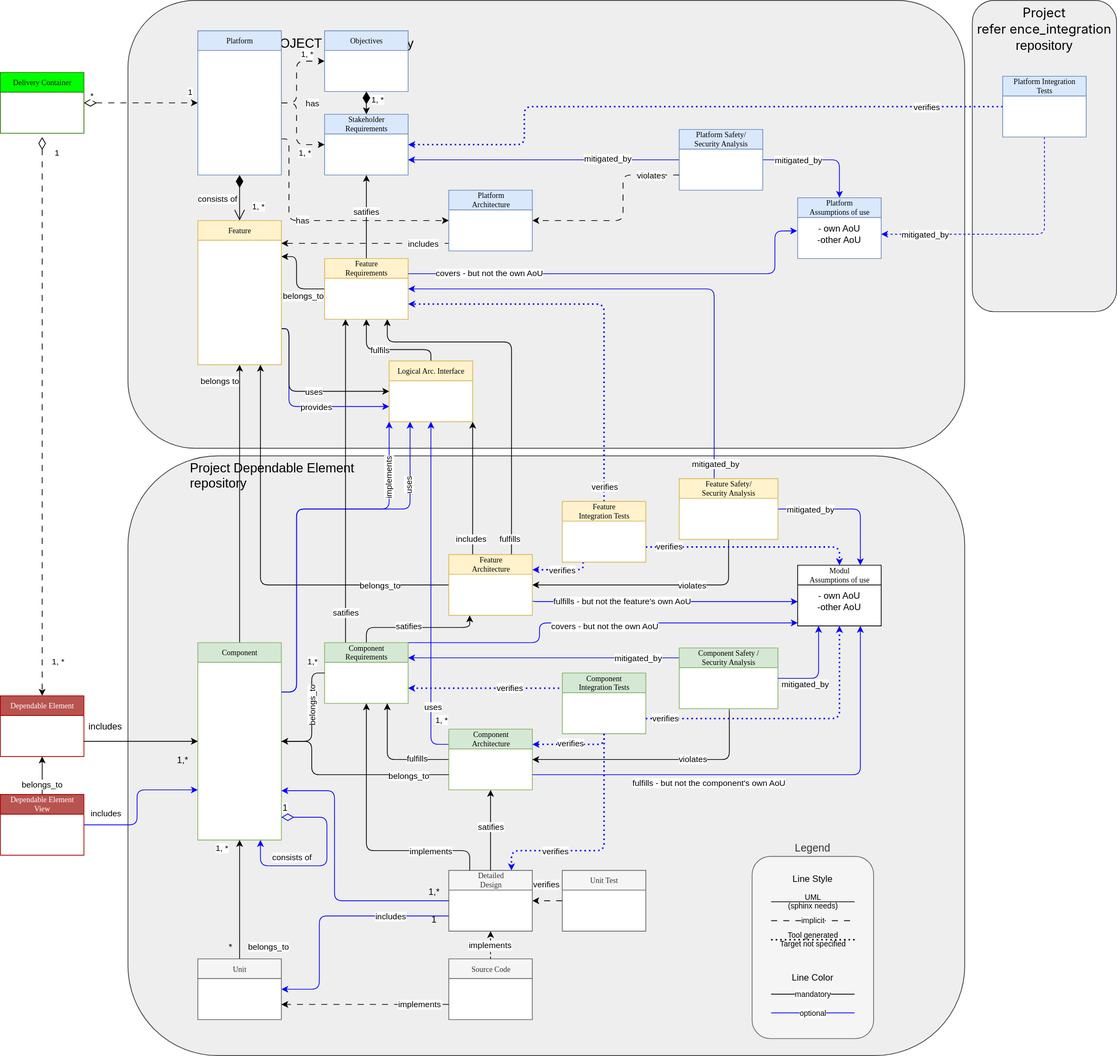
This is pr-654/_images/score_building_blocks_meta_model_deployment_example.drawio.svg from eclipse-score/process_description, a draw.io export, as it was before one commit. Source tidied: cells renumbered, new cells last; positions are measured from the earlier drawing's top-left corner, leaving out a move shared by most shapes.
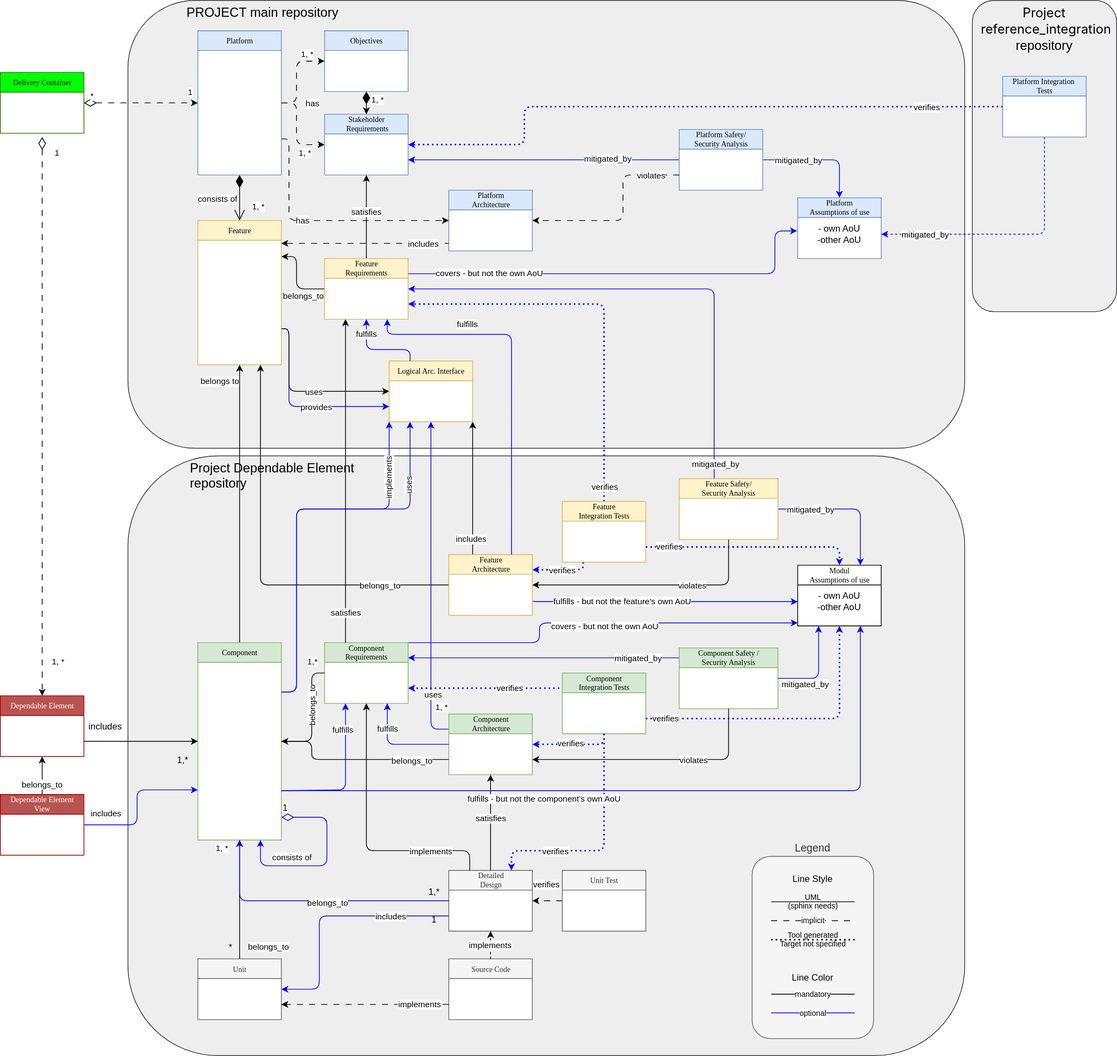
After the change.

Diff of the diagram source:
```diff
@@ -76,19 +76,6 @@
     <mxCell id="17" value="Delivery Container" style="swimlane;html=1;fontStyle=0;horizontal=1;startSize=26;fillColor=#00FF00;swimlaneFillColor=#ffffff;rounded=0;shadow=0;comic=0;labelBackgroundColor=none;strokeWidth=1;fontFamily=Verdana;fontSize=10;align=center;fontColor=#0F0F0F;strokeColor=#2D7600;" parent="1" vertex="1">
       <mxGeometry y="95" width="110" height="80" as="geometry" />
     </mxCell>
-    <mxCell id="18" style="edgeStyle=orthogonalEdgeStyle;rounded=1;jettySize=auto;html=1;exitX=0.75;exitY=0;exitDx=0;exitDy=0;entryX=0.75;entryY=1;entryDx=0;entryDy=0;endArrow=classic;endFill=1;curved=0;" parent="1" edge="1" source="150" target="155">
-      <mxGeometry x="0.64" y="10" relative="1" as="geometry">
-        <Array as="points">
-          <mxPoint x="673" y="450" />
-          <mxPoint x="510" y="450" />
-        </Array>
-      </mxGeometry>
-    </mxCell>
-    <mxCell id="19" value="fulfills" style="edgeLabel;html=1;align=center;verticalAlign=middle;" parent="18" vertex="1">
-      <mxGeometry x="0.11" y="1" relative="1" as="geometry">
-        <mxPoint x="-2" y="244" as="offset" />
-      </mxGeometry>
-    </mxCell>
     <mxCell id="20" value="includes" style="edgeStyle=orthogonalEdgeStyle;html=1;exitX=0.25;exitY=0;exitDx=0;exitDy=0;entryX=1;entryY=1;entryDx=0;entryDy=0;" parent="1" edge="1" target="121">
       <mxGeometry x="-0.77" y="2" relative="1" as="geometry">
         <mxPoint x="622" y="730" as="sourcePoint" />
@@ -108,19 +95,6 @@
     <mxCell id="22" value="belongs_to" style="edgeLabel;html=1;align=center;verticalAlign=middle;" parent="21" vertex="1">
       <mxGeometry x="-0.66" relative="1" as="geometry" />
     </mxCell>
-    <mxCell id="23" style="edgeStyle=orthogonalEdgeStyle;rounded=1;jettySize=auto;html=1;entryX=0.25;entryY=1;entryDx=0;entryDy=0;endArrow=classic;endFill=1;exitX=0.5;exitY=0;exitDx=0;exitDy=0;curved=0;" parent="1" edge="1" source="27" target="150">
-      <mxGeometry relative="1" as="geometry">
-        <Array as="points">
-          <mxPoint x="515" y="826" />
-          <mxPoint x="665" y="826" />
-        </Array>
-      </mxGeometry>
-    </mxCell>
-    <mxCell id="24" value="satifies" style="edgeLabel;html=1;align=center;verticalAlign=middle;" parent="23" vertex="1">
-      <mxGeometry x="0.06" y="6" relative="1" as="geometry">
-        <mxPoint x="-16" y="4" as="offset" />
-      </mxGeometry>
-    </mxCell>
     <mxCell id="25" style="edgeStyle=orthogonalEdgeStyle;rounded=1;jettySize=auto;html=1;exitX=1;exitY=0;exitDx=0;exitDy=0;strokeColor=#0000FF;curved=0;" parent="1" edge="1" source="27">
       <mxGeometry relative="1" as="geometry">
         <mxPoint x="1050" y="820" as="targetPoint" />
@@ -194,7 +168,7 @@
         <mxPoint x="55" y="80" as="targetPoint" />
       </mxGeometry>
     </mxCell>
-    <mxCell id="40" value="satifies" style="edgeLabel;html=1;align=center;verticalAlign=middle;" parent="39" vertex="1">
+    <mxCell id="40" value="satisfies" style="edgeLabel;html=1;align=center;verticalAlign=middle;" parent="39" vertex="1">
       <mxGeometry x="0.11" y="1" relative="1" as="geometry" />
     </mxCell>
     <mxCell id="41" style="endArrow=classic;dashed=1;endFill=1;endSize=6;html=1;rounded=0;fontSize=8;fontColor=#FF0000;exitX=0;exitY=0.75;exitDx=0;exitDy=0;entryX=1;entryY=0.75;entryDx=0;entryDy=0;dashPattern=8 8;" parent="1" edge="1" source="37" target="34">
@@ -272,16 +246,6 @@
         </Array>
       </mxGeometry>
     </mxCell>
-    <mxCell id="56" style="edgeStyle=orthogonalEdgeStyle;rounded=1;jettySize=auto;html=1;entryX=0.75;entryY=1;entryDx=0;entryDy=0;endArrow=classic;endFill=1;exitX=0;exitY=0.5;exitDx=0;exitDy=0;curved=0;strokeColor=#000000;" parent="1" edge="1" source="60" target="27">
-      <mxGeometry relative="1" as="geometry">
-        <Array as="points">
-          <mxPoint x="510" y="1000" />
-        </Array>
-      </mxGeometry>
-    </mxCell>
-    <mxCell id="57" value="fulfills" style="edgeLabel;html=1;align=center;verticalAlign=middle;" parent="56" vertex="1">
-      <mxGeometry x="-0.45" y="-2" relative="1" as="geometry" />
-    </mxCell>
     <mxCell id="58" value="uses" style="edgeStyle=orthogonalEdgeStyle;html=1;exitX=0;exitY=0.25;exitDx=0;exitDy=0;entryX=0.5;entryY=1;entryDx=0;entryDy=0;strokeColor=#0000FF;verticalAlign=top;spacing=0;" parent="1" edge="1" source="60" target="121">
       <mxGeometry x="-0.63" y="-3" relative="1" as="geometry" />
     </mxCell>
@@ -291,13 +255,14 @@
       </mxGeometry>
     </mxCell>
     <mxCell id="60" value="Component&lt;br&gt;Architecture" style="swimlane;html=1;fontStyle=0;horizontal=1;startSize=26;fillColor=#d5e8d4;swimlaneFillColor=#ffffff;rounded=0;shadow=0;comic=0;labelBackgroundColor=none;strokeWidth=1;fontFamily=Verdana;fontSize=10;align=center;strokeColor=#82b366;" parent="1" vertex="1">
-      <mxGeometry x="590.5" y="960" width="110" height="80" as="geometry" />
+      <mxGeometry x="590.5" y="940" width="110" height="80" as="geometry" />
     </mxCell>
     <mxCell id="61" value="&lt;div&gt;&lt;br&gt;&lt;/div&gt;" style="edgeStyle=orthogonalEdgeStyle;rounded=1;jettySize=auto;html=1;entryX=0;entryY=0.75;entryDx=0;entryDy=0;curved=0;exitX=1;exitY=0.5;exitDx=0;exitDy=0;startArrow=classic;startFill=1;endArrow=none;endFill=0;" parent="1" edge="1" source="16" target="60">
       <mxGeometry x="-0.89" y="10" relative="1" as="geometry">
         <Array as="points">
           <mxPoint x="410" y="976" />
-          <mxPoint x="410" y="1020" />
+          <mxPoint x="410" y="1000" />
+          <mxPoint x="591" y="1000" />
         </Array>
       </mxGeometry>
     </mxCell>
@@ -307,18 +272,20 @@
     <mxCell id="63" value="Detailed&lt;br&gt;Design" style="swimlane;html=1;fontStyle=0;horizontal=1;startSize=26;fillColor=#f5f5f5;swimlaneFillColor=#ffffff;rounded=0;shadow=0;comic=0;labelBackgroundColor=none;strokeWidth=1;fontFamily=Verdana;fontSize=10;align=center;fontColor=#333333;strokeColor=#666666;" parent="1" vertex="1">
       <mxGeometry x="590.5" y="1146" width="110" height="80" as="geometry" />
     </mxCell>
-    <mxCell id="64" style="edgeStyle=orthogonalEdgeStyle;rounded=1;jettySize=auto;html=1;entryX=0;entryY=0.5;entryDx=0;entryDy=0;verticalAlign=bottom;curved=0;exitX=1;exitY=0.75;exitDx=0;exitDy=0;endArrow=none;endFill=0;startArrow=classic;startFill=1;strokeColor=#0000FF;" parent="1" edge="1" source="16" target="63">
+    <mxCell id="64" style="edgeStyle=orthogonalEdgeStyle;rounded=1;jettySize=auto;html=1;entryX=0;entryY=0.5;entryDx=0;entryDy=0;verticalAlign=bottom;curved=0;exitX=0.5;exitY=1;exitDx=0;exitDy=0;endArrow=none;endFill=0;startArrow=classic;startFill=1;strokeColor=#0000FF;" parent="1" edge="1" source="16" target="63">
       <mxGeometry x="-0.88" relative="1" as="geometry">
         <Array as="points">
-          <mxPoint x="440" y="1041" />
-          <mxPoint x="440" y="1186" />
+          <mxPoint x="315" y="1186" />
         </Array>
       </mxGeometry>
     </mxCell>
+    <mxCell id="159" value="belongs_to" style="edgeLabel;html=1;align=center;verticalAlign=middle;" parent="64" vertex="1">
+      <mxGeometry x="0.1" y="-2" relative="1" as="geometry" />
+    </mxCell>
     <mxCell id="65" style="edgeStyle=orthogonalEdgeStyle;rounded=1;jettySize=auto;html=1;entryX=0.5;entryY=1;entryDx=0;entryDy=0;endArrow=classic;endFill=1;exitX=0.5;exitY=0;exitDx=0;exitDy=0;curved=0;" parent="1" edge="1" source="63" target="60">
       <mxGeometry relative="1" as="geometry" />
     </mxCell>
-    <mxCell id="66" value="satifies" style="edgeLabel;html=1;align=center;verticalAlign=middle;" parent="65" vertex="1">
+    <mxCell id="66" value="satisfies" style="edgeLabel;html=1;align=center;verticalAlign=middle;" parent="65" vertex="1">
       <mxGeometry x="0.06" y="6" relative="1" as="geometry">
         <mxPoint x="6" y="-2" as="offset" />
       </mxGeometry>
@@ -493,17 +460,6 @@
     <mxCell id="99" value="Component&lt;br&gt;Integration Tests" style="swimlane;html=1;fontStyle=0;horizontal=1;startSize=26;fillColor=#d5e8d4;swimlaneFillColor=#ffffff;rounded=0;shadow=0;comic=0;labelBackgroundColor=none;strokeWidth=1;fontFamily=Verdana;fontSize=10;align=center;strokeColor=#82b366;" parent="1" vertex="1">
       <mxGeometry x="740" y="886" width="110" height="80" as="geometry" />
     </mxCell>
-    <mxCell id="100" style="edgeStyle=orthogonalEdgeStyle;rounded=1;jettySize=auto;html=1;entryX=1;entryY=0.5;entryDx=0;entryDy=0;curved=0;exitX=0.5;exitY=1;exitDx=0;exitDy=0;" parent="1" edge="1" source="104" target="60">
-      <mxGeometry relative="1" as="geometry">
-        <Array as="points">
-          <mxPoint x="960" y="933" />
-          <mxPoint x="960" y="1000" />
-        </Array>
-      </mxGeometry>
-    </mxCell>
-    <mxCell id="101" value="violates" style="edgeLabel;html=1;align=center;verticalAlign=middle;" parent="100" vertex="1">
-      <mxGeometry x="-0.29" y="-1" relative="1" as="geometry" />
-    </mxCell>
     <mxCell id="102" style="edgeStyle=orthogonalEdgeStyle;rounded=1;jettySize=auto;html=1;startArrow=none;startFill=0;endArrow=classic;endFill=1;curved=0;strokeColor=#0000FF;entryX=1;entryY=0.25;entryDx=0;entryDy=0;exitX=-0.015;exitY=0.163;exitDx=0;exitDy=0;exitPerimeter=0;" parent="1" edge="1" source="104" target="27">
       <mxGeometry relative="1" as="geometry">
         <Array as="points">
@@ -541,10 +497,11 @@
     <mxCell id="110" value="1,*" style="text;html=1;align=center;verticalAlign=middle;strokeColor=none;fillColor=none;" parent="1" vertex="1">
       <mxGeometry x="550.6" y="1160" width="40" height="30" as="geometry" />
     </mxCell>
-    <mxCell id="111" style="edgeStyle=orthogonalEdgeStyle;rounded=1;jettySize=auto;html=1;entryX=1;entryY=0.25;entryDx=0;entryDy=0;dashed=1;curved=0;strokeColor=#0000FF;dashPattern=1 2;strokeWidth=2;endSize=3;exitX=0.5;exitY=1;exitDx=0;exitDy=0;" parent="1" edge="1" source="99" target="60">
+    <mxCell id="111" style="edgeStyle=orthogonalEdgeStyle;rounded=1;jettySize=auto;html=1;entryX=1;entryY=0.5;entryDx=0;entryDy=0;dashed=1;curved=0;strokeColor=#0000FF;dashPattern=1 2;strokeWidth=2;endSize=3;exitX=0.5;exitY=1;exitDx=0;exitDy=0;" parent="1" edge="1" source="99" target="60">
       <mxGeometry relative="1" as="geometry">
         <Array as="points">
           <mxPoint x="795" y="980" />
+          <mxPoint x="701" y="980" />
         </Array>
       </mxGeometry>
     </mxCell>
@@ -579,14 +536,6 @@
     <mxCell id="119" value="&lt;span style=&quot;&quot;&gt;violates&lt;/span&gt;" style="edgeLabel;html=1;align=center;verticalAlign=middle;labelBackgroundColor=default;rounded=1;dashed=1;dashPattern=8 8;strokeColor=default;fontFamily=Helvetica;fontSize=11;fontColor=default;" parent="118" vertex="1">
       <mxGeometry x="-0.7" relative="1" as="geometry" />
     </mxCell>
-    <mxCell id="120" value="fulfils" style="edgeStyle=orthogonalEdgeStyle;html=1;entryX=0.5;entryY=1;entryDx=0;entryDy=0;exitX=0.5;exitY=0;exitDx=0;exitDy=0;strokeColor=#000000;verticalAlign=bottom;" parent="1" edge="1" source="121" target="155">
-      <mxGeometry x="0.17" y="10" relative="1" as="geometry">
-        <Array as="points">
-          <mxPoint x="567" y="460" />
-          <mxPoint x="482" y="460" />
-        </Array>
-      </mxGeometry>
-    </mxCell>
     <mxCell id="121" value="Logical Arc. Interface" style="swimlane;html=1;fontStyle=0;horizontal=1;startSize=26;fillColor=#fff2cc;swimlaneFillColor=#ffffff;rounded=0;shadow=0;comic=0;labelBackgroundColor=none;strokeWidth=1;fontFamily=Verdana;fontSize=10;align=center;strokeColor=#d6b656;" parent="1" vertex="1">
       <mxGeometry x="512" y="475" width="110" height="80" as="geometry" />
     </mxCell>
@@ -691,10 +640,10 @@
     <mxCell id="140" value="fulfills - but not the feature's own AoU" style="edgeLabel;html=1;align=center;verticalAlign=middle;" parent="139" vertex="1">
       <mxGeometry x="0.32" y="-1" relative="1" as="geometry" />
     </mxCell>
-    <mxCell id="141" style="edgeStyle=orthogonalEdgeStyle;rounded=1;jettySize=auto;html=1;exitX=0.75;exitY=1;exitDx=0;exitDy=0;strokeColor=#0000ff;startArrow=classic;startFill=1;endArrow=none;endFill=0;entryX=1;entryY=0.75;entryDx=0;entryDy=0;" parent="1" edge="1" source="151" target="60">
+    <mxCell id="141" style="edgeStyle=orthogonalEdgeStyle;rounded=1;jettySize=auto;html=1;exitX=0.75;exitY=1;exitDx=0;exitDy=0;strokeColor=#0000ff;startArrow=classic;startFill=1;endArrow=none;endFill=0;entryX=1;entryY=0.75;entryDx=0;entryDy=0;" parent="1" edge="1" source="151" target="16">
       <mxGeometry relative="1" as="geometry">
         <Array as="points">
-          <mxPoint x="1133" y="1020" />
+          <mxPoint x="1133" y="1041" />
         </Array>
       </mxGeometry>
     </mxCell>
@@ -753,7 +702,7 @@
     <mxCell id="153" style="edgeStyle=orthogonalEdgeStyle;rounded=0;jettySize=auto;html=1;endArrow=classic;endFill=1;exitX=0.25;exitY=0;exitDx=0;exitDy=0;entryX=0.25;entryY=1;entryDx=0;entryDy=0;" parent="1" edge="1" source="27" target="155">
       <mxGeometry relative="1" as="geometry" />
     </mxCell>
-    <mxCell id="154" value="&lt;span style=&quot;caret-color: rgb(0, 0, 0);&quot;&gt;satifies&lt;/span&gt;" style="edgeLabel;html=1;align=center;verticalAlign=middle;" parent="153" vertex="1">
+    <mxCell id="154" value="&lt;span style=&quot;caret-color: rgb(0, 0, 0);&quot;&gt;satisfies&lt;/span&gt;" style="edgeLabel;html=1;align=center;verticalAlign=middle;" parent="153" vertex="1">
       <mxGeometry x="-0.81" y="1" relative="1" as="geometry">
         <mxPoint x="1" as="offset" />
       </mxGeometry>
@@ -775,5 +724,69 @@
     <mxCell id="158" value="&lt;span style=&quot;caret-color: rgb(0, 0, 0);&quot;&gt;covers - but not the own AoU&lt;/span&gt;" style="edgeLabel;html=1;align=center;verticalAlign=middle;" parent="157" vertex="1">
       <mxGeometry x="-0.63" y="1" relative="1" as="geometry" />
     </mxCell>
+    <mxCell id="160" style="edgeStyle=orthogonalEdgeStyle;rounded=1;jettySize=auto;html=1;entryX=1;entryY=0.5;entryDx=0;entryDy=0;strokeColor=#000000;curved=0;exitX=0.5;exitY=1;exitDx=0;exitDy=0;" parent="1" edge="1" source="104">
+      <mxGeometry relative="1" as="geometry">
+        <mxPoint x="700.5" y="1000" as="targetPoint" />
+        <Array as="points">
+          <mxPoint x="959" y="1000" />
+        </Array>
+      </mxGeometry>
+    </mxCell>
+    <mxCell id="101" value="violates" style="edgeLabel;html=1;align=center;verticalAlign=middle;" parent="160" vertex="1">
+      <mxGeometry x="0.32" y="-3" relative="1" as="geometry">
+        <mxPoint x="101" y="3" as="offset" />
+      </mxGeometry>
+    </mxCell>
+    <mxCell id="161" style="edgeStyle=orthogonalEdgeStyle;rounded=1;jettySize=auto;html=1;exitX=0.25;exitY=1;exitDx=0;exitDy=0;strokeColor=#0000ff;startArrow=classic;startFill=1;endArrow=none;endFill=0;entryX=1;entryY=0.75;entryDx=0;entryDy=0;" parent="1" edge="1" source="27" target="16">
+      <mxGeometry relative="1" as="geometry">
+        <Array as="points">
+          <mxPoint x="455" y="1040" />
+        </Array>
+      </mxGeometry>
+    </mxCell>
+    <mxCell id="162" value="fulfills" style="edgeLabel;html=1;align=center;verticalAlign=middle;" parent="161" vertex="1">
+      <mxGeometry x="0.35" y="-2" relative="1" as="geometry">
+        <mxPoint x="16" y="-78" as="offset" />
+      </mxGeometry>
+    </mxCell>
+    <mxCell id="163" style="edgeStyle=orthogonalEdgeStyle;rounded=1;jettySize=auto;html=1;exitX=0.75;exitY=1;exitDx=0;exitDy=0;strokeColor=#0000ff;startArrow=classic;startFill=1;endArrow=none;endFill=0;entryX=0;entryY=0.5;entryDx=0;entryDy=0;" parent="1" edge="1" target="60">
+      <mxGeometry relative="1" as="geometry">
+        <mxPoint x="509.5" y="926" as="sourcePoint" />
+        <Array as="points">
+          <mxPoint x="510" y="980" />
+        </Array>
+      </mxGeometry>
+    </mxCell>
+    <mxCell id="164" value="fulfills" style="edgeLabel;html=1;align=center;verticalAlign=middle;" parent="163" vertex="1">
+      <mxGeometry x="0.35" y="-2" relative="1" as="geometry">
+        <mxPoint x="-37" y="-23" as="offset" />
+      </mxGeometry>
+    </mxCell>
+    <mxCell id="165" style="edgeStyle=orthogonalEdgeStyle;rounded=1;jettySize=auto;html=1;exitX=0.5;exitY=1;exitDx=0;exitDy=0;strokeColor=#0000ff;startArrow=classic;startFill=1;endArrow=none;endFill=0;entryX=0.25;entryY=0;entryDx=0;entryDy=0;" parent="1" edge="1" source="155" target="121">
+      <mxGeometry relative="1" as="geometry">
+        <Array as="points">
+          <mxPoint x="482" y="460" />
+          <mxPoint x="540" y="460" />
+        </Array>
+      </mxGeometry>
+    </mxCell>
+    <mxCell id="166" value="fulfills" style="edgeLabel;html=1;align=center;verticalAlign=middle;" parent="165" vertex="1">
+      <mxGeometry x="0.35" y="-2" relative="1" as="geometry">
+        <mxPoint x="-37" y="-23" as="offset" />
+      </mxGeometry>
+    </mxCell>
+    <mxCell id="167" style="edgeStyle=orthogonalEdgeStyle;rounded=1;jettySize=auto;html=1;exitX=0.75;exitY=1;exitDx=0;exitDy=0;strokeColor=#0000ff;startArrow=classic;startFill=1;endArrow=none;endFill=0;entryX=0.75;entryY=0;entryDx=0;entryDy=0;" parent="1" edge="1" source="155" target="150">
+      <mxGeometry relative="1" as="geometry">
+        <Array as="points">
+          <mxPoint x="510" y="440" />
+          <mxPoint x="673" y="440" />
+        </Array>
+      </mxGeometry>
+    </mxCell>
+    <mxCell id="168" value="fulfills" style="edgeLabel;html=1;align=center;verticalAlign=middle;" parent="167" vertex="1">
+      <mxGeometry x="0.17" relative="1" as="geometry">
+        <mxPoint x="-59" y="-107" as="offset" />
+      </mxGeometry>
+    </mxCell>
   </root>
 </mxGraphModel>
```
